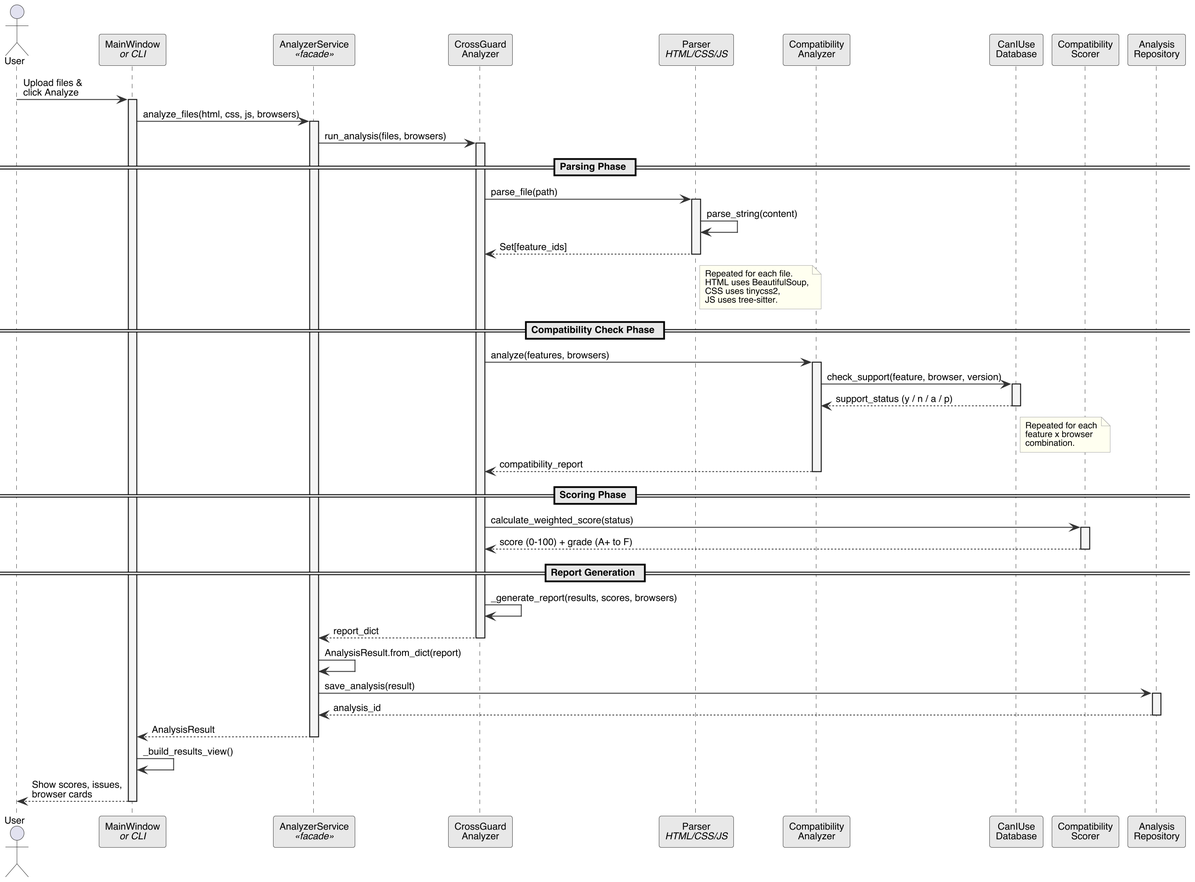
This is LaTeX/images/cg_sequence.png from muhammademanaftab/CrossGuard, a PlantUML export, as it was before one commit. Its diagram source:
```plantuml
@startuml

skinparam backgroundColor white
skinparam shadowing false
skinparam defaultFontName Helvetica
skinparam defaultFontSize 11
skinparam dpi 200

skinparam sequence {
    ArrowColor #333333
    LifeLineBorderColor #444444
    LifeLineBackgroundColor #F5F5F5
    ParticipantBorderColor #444444
    ParticipantBackgroundColor #E8E8E8
    ParticipantFontSize 11
    ActorBorderColor #333333
}

skinparam note {
    BackgroundColor #FFFFF0
    BorderColor #AAAAAA
    FontSize 10
}


actor "User" as U
participant "MainWindow\n//or CLI//" as MW
participant "AnalyzerService\n//<<facade>>//" as AS
participant "CrossGuard\nAnalyzer" as CGA
participant "Parser\n//HTML/CSS/JS//" as P
participant "Compatibility\nAnalyzer" as CA
participant "CanIUse\nDatabase" as DB
participant "Compatibility\nScorer" as CS
participant "Analysis\nRepository" as AR


U -> MW : Upload files &\nclick Analyze

activate MW
MW -> AS : analyze_files(html, css, js, browsers)
activate AS

AS -> CGA : run_analysis(files, browsers)
activate CGA

== Parsing Phase ==

CGA -> P : parse_file(path)
activate P
P -> P : parse_string(content)
P --> CGA : Set[feature_ids]
deactivate P

note right of P
  Repeated for each file.
  HTML uses BeautifulSoup,
  CSS uses tinycss2,
  JS uses tree-sitter.
end note

== Compatibility Check Phase ==

CGA -> CA : analyze(features, browsers)
activate CA

CA -> DB : check_support(feature, browser, version)
activate DB
DB --> CA : support_status (y / n / a / p)
deactivate DB

note right of DB
  Repeated for each
  feature x browser
  combination.
end note

CA --> CGA : compatibility_report
deactivate CA

== Scoring Phase ==

CGA -> CS : calculate_weighted_score(status)
activate CS
CS --> CGA : score (0-100) + grade (A+ to F)
deactivate CS

== Report Generation ==

CGA -> CGA : _generate_report(results, scores, browsers)
CGA --> AS : report_dict
deactivate CGA

AS -> AS : AnalysisResult.from_dict(report)


AS -> AR : save_analysis(result)
activate AR
AR --> AS : analysis_id
deactivate AR

AS --> MW : AnalysisResult
deactivate AS


MW -> MW : _build_results_view()
MW --> U : Show scores, issues,\nbrowser cards
deactivate MW

@enduml
```
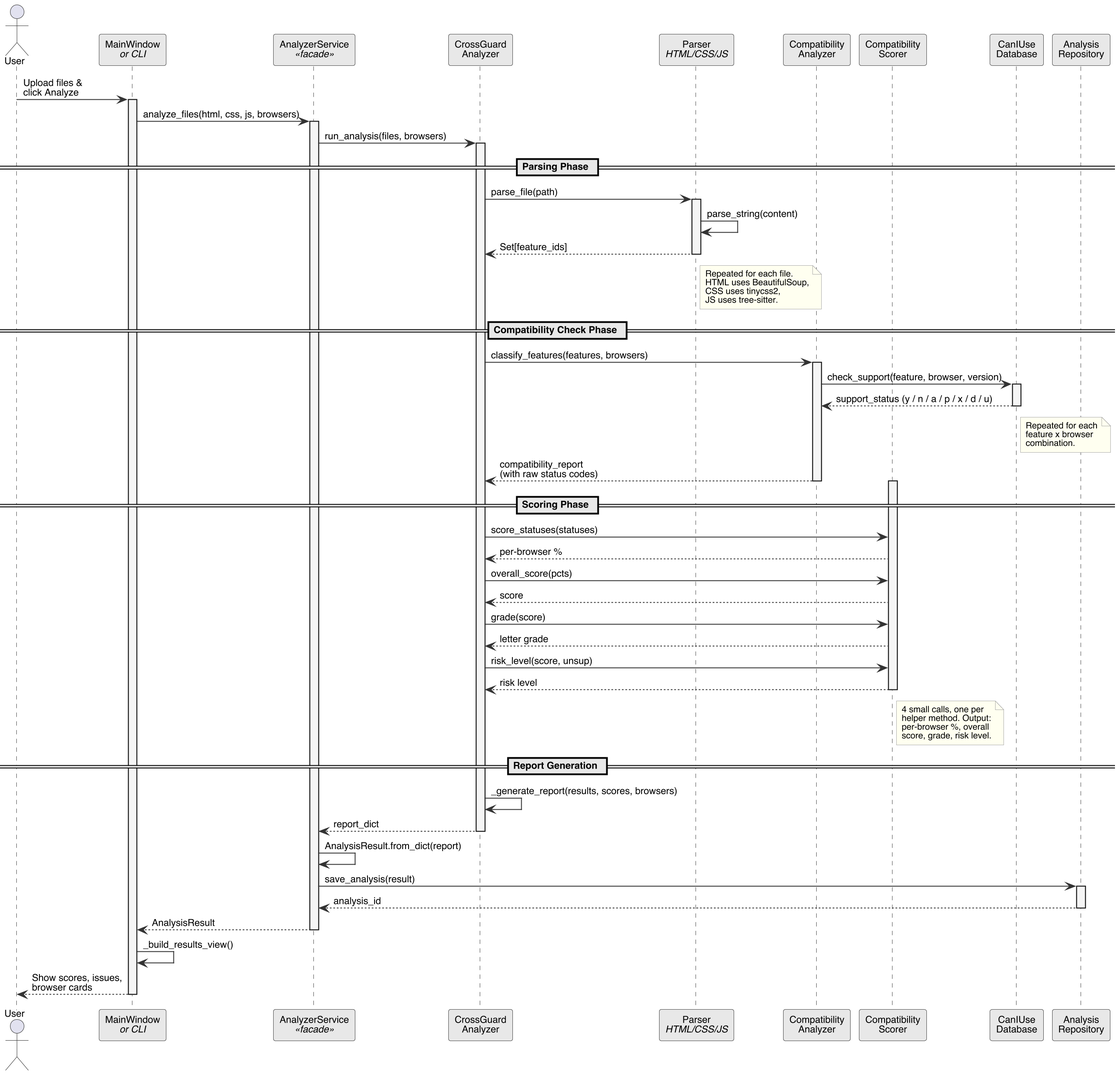
The same diagram one commit later.

Diff of the diagram source:
```diff
@@ -29,8 +29,8 @@
 participant "CrossGuard\nAnalyzer" as CGA
 participant "Parser\n//HTML/CSS/JS//" as P
 participant "Compatibility\nAnalyzer" as CA
+participant "Compatibility\nScorer" as CS
 participant "CanIUse\nDatabase" as DB
-participant "Compatibility\nScorer" as CS
 participant "Analysis\nRepository" as AR
 
 
@@ -60,12 +60,12 @@
 
 == Compatibility Check Phase ==
 
-CGA -> CA : analyze(features, browsers)
+CGA -> CA : classify_features(features, browsers)
 activate CA
 
 CA -> DB : check_support(feature, browser, version)
 activate DB
-DB --> CA : support_status (y / n / a / p)
+DB --> CA : support_status (y / n / a / p / x / d / u)
 deactivate DB
 
 note right of DB
@@ -74,15 +74,28 @@
   combination.
 end note
 
-CA --> CGA : compatibility_report
+CA --> CGA : compatibility_report\n(with raw status codes)
 deactivate CA
 
 == Scoring Phase ==
 
-CGA -> CS : calculate_weighted_score(status)
 activate CS
-CS --> CGA : score (0-100) + grade (A+ to F)
+CGA -> CS : score_statuses(statuses)
+CS --> CGA : per-browser %
+CGA -> CS : overall_score(pcts)
+CS --> CGA : score
+CGA -> CS : grade(score)
+CS --> CGA : letter grade
+CGA -> CS : risk_level(score, unsup)
+CS --> CGA : risk level
 deactivate CS
+
+note right of CS
+  4 small calls, one per
+  helper method. Output:
+  per-browser %, overall
+  score, grade, risk level.
+end note
 
 == Report Generation ==
 
```
